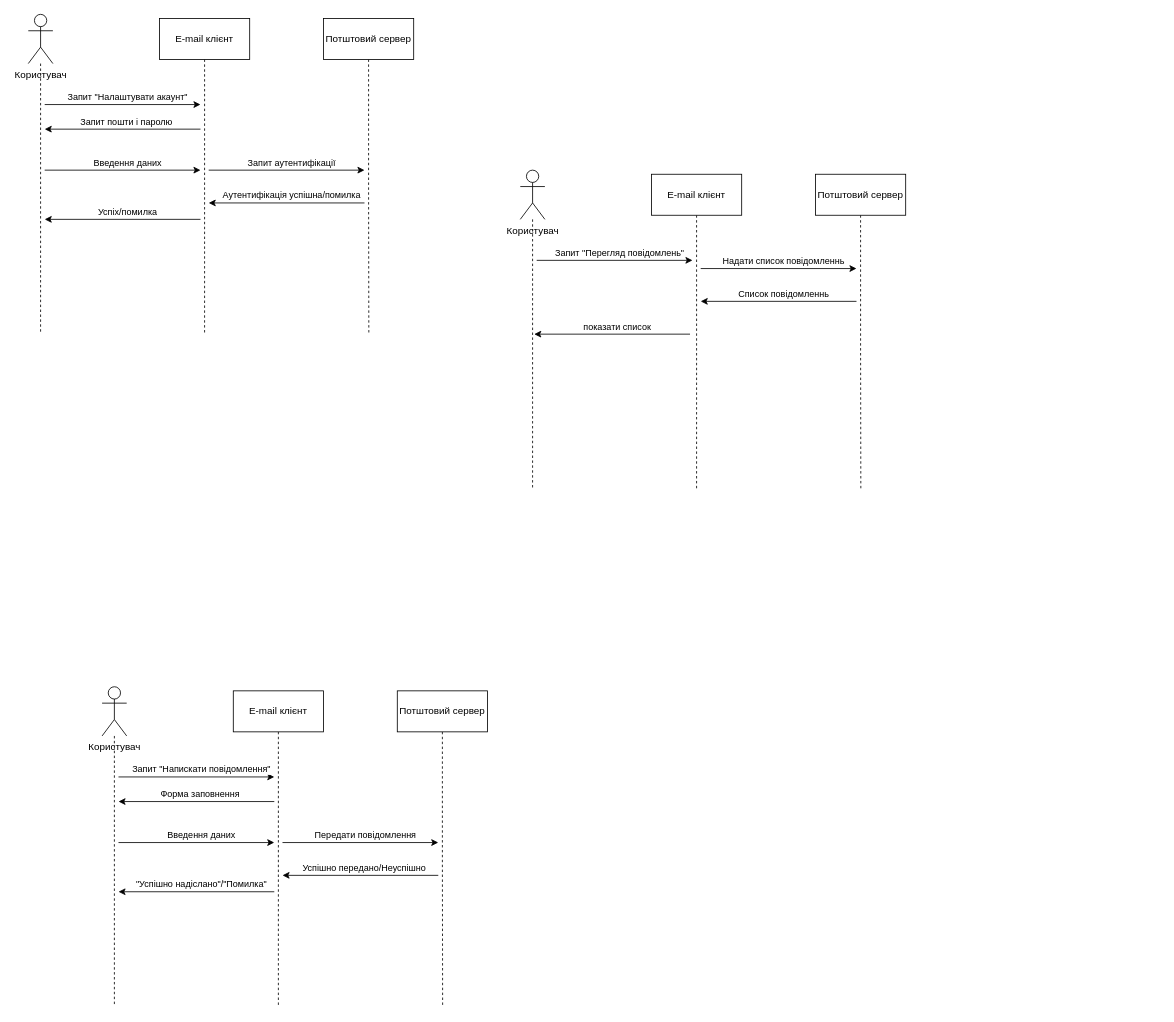
The draw.io diagram Lab_3/Діаграма послідовностей.drawio in BeautifulBublik/TRPZ, before the edit. Source tidied: cells renumbered, new cells numbered last; positions are measured from the earlier drawing's top-left corner, leaving out a move shared by most shapes. Both pictures are drawn from the tidied source at 82%, with x=0, y=0 at pixel (28, 14).
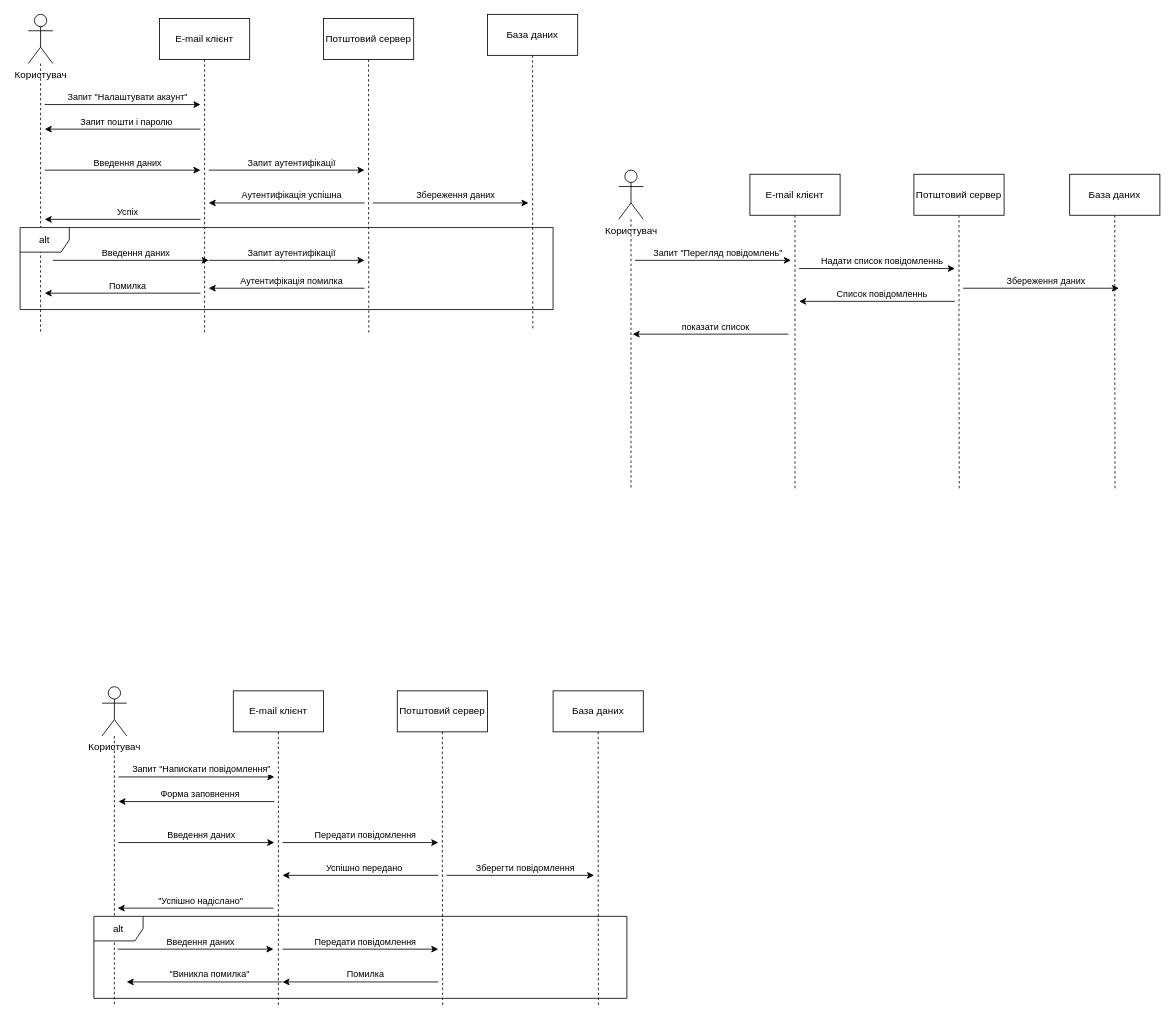
The same diagram, later.

The change refers to these unchanged cells:
```xml
<mxCell id="16" style="endArrow=classic;html=1;rounded=0;" parent="1" edge="1">
  <mxGeometry relative="1" as="geometry">
    <mxPoint x="410" y="230" as="sourcePoint" />
    <mxPoint x="220" y="230" as="targetPoint" />
  </mxGeometry>
</mxCell>
<mxCell id="18" style="endArrow=classic;html=1;rounded=0;" parent="1" edge="1">
  <mxGeometry relative="1" as="geometry">
    <mxPoint x="210" y="250" as="sourcePoint" />
    <mxPoint x="20" y="250" as="targetPoint" />
  </mxGeometry>
</mxCell>
<mxCell id="48" style="endArrow=classic;html=1;rounded=0;" parent="1" edge="1">
  <mxGeometry relative="1" as="geometry">
    <mxPoint x="500" y="1050" as="sourcePoint" />
    <mxPoint x="310" y="1050" as="targetPoint" />
  </mxGeometry>
</mxCell>
```

Change to the diagram source:
```diff
@@
-    <mxCell id="17" value="Аутентифікація успішна/помилка" style="edgeLabel;html=1;align=center;verticalAlign=middle;" parent="16" vertex="1">
+    <mxCell id="17" value="Аутентифікація успішна" style="edgeLabel;html=1;align=center;verticalAlign=middle;" parent="16" vertex="1">
       <mxGeometry y="-1" relative="1" as="geometry">
         <mxPoint x="5" y="-9" as="offset" />
       </mxGeometry>
     </mxCell>
@@
-    <mxCell id="19" value="Успіх/помилка" style="edgeLabel;html=1;align=center;verticalAlign=middle;" parent="18" vertex="1">
+    <mxCell id="19" value="Успіх" style="edgeLabel;html=1;align=center;verticalAlign=middle;" parent="18" vertex="1">
       <mxGeometry y="-1" relative="1" as="geometry">
         <mxPoint x="5" y="-9" as="offset" />
       </mxGeometry>
     </mxCell>
     <mxCell id="20" style="edgeStyle=orthogonalEdgeStyle;rounded=0;jettySize=auto;html=1;dashed=1;endArrow=none;endFill=0;" parent="1" edge="1" source="21">
       <mxGeometry relative="1" as="geometry">
-        <mxPoint x="615" y="580" as="targetPoint" />
+        <mxPoint x="735" y="580" as="targetPoint" />
       </mxGeometry>
     </mxCell>
     <mxCell id="21" value="Користувач" style="shape=umlActor;verticalLabelPosition=bottom;verticalAlign=top;html=1;outlineConnect=0;" parent="1" vertex="1">
-      <mxGeometry x="600" y="190" width="30" height="60" as="geometry" />
+      <mxGeometry x="720" y="190" width="30" height="60" as="geometry" />
     </mxCell>
     <mxCell id="22" style="edgeStyle=orthogonalEdgeStyle;rounded=0;jettySize=auto;html=1;dashed=1;endArrow=none;endFill=0;" parent="1" edge="1" source="23">
       <mxGeometry relative="1" as="geometry">
-        <mxPoint x="815" y="580" as="targetPoint" />
+        <mxPoint x="935" y="580" as="targetPoint" />
       </mxGeometry>
     </mxCell>
     <mxCell id="23" value="E-mail клієнт" style="html=1;whiteSpace=wrap;" parent="1" vertex="1">
-      <mxGeometry x="760" y="195" width="110" height="50" as="geometry" />
+      <mxGeometry x="880" y="195" width="110" height="50" as="geometry" />
     </mxCell>
     <mxCell id="24" style="edgeStyle=orthogonalEdgeStyle;rounded=0;jettySize=auto;html=1;exitX=0.5;exitY=1;exitDx=0;exitDy=0;dashed=1;endArrow=none;endFill=0;" parent="1" edge="1" source="25">
       <mxGeometry relative="1" as="geometry">
-        <mxPoint x="1015.3" y="580" as="targetPoint" />
+        <mxPoint x="1135.3" y="580" as="targetPoint" />
       </mxGeometry>
     </mxCell>
     <mxCell id="25" value="Потштовий сервер" style="html=1;whiteSpace=wrap;" parent="1" vertex="1">
-      <mxGeometry x="960" y="195" width="110" height="50" as="geometry" />
+      <mxGeometry x="1080" y="195" width="110" height="50" as="geometry" />
     </mxCell>
     <mxCell id="26" style="endArrow=classic;html=1;rounded=0;" parent="1" edge="1">
       <mxGeometry relative="1" as="geometry">
-        <mxPoint x="620" y="300" as="sourcePoint" />
-        <mxPoint x="810" y="300" as="targetPoint" />
+        <mxPoint x="740" y="300" as="sourcePoint" />
+        <mxPoint x="930" y="300" as="targetPoint" />
       </mxGeometry>
     </mxCell>
@@
     <mxCell id="28" style="endArrow=classic;html=1;rounded=0;" parent="1" edge="1">
       <mxGeometry relative="1" as="geometry">
-        <mxPoint x="820" y="310" as="sourcePoint" />
-        <mxPoint x="1010" y="310" as="targetPoint" />
+        <mxPoint x="940" y="310" as="sourcePoint" />
+        <mxPoint x="1130" y="310" as="targetPoint" />
       </mxGeometry>
     </mxCell>
@@
     <mxCell id="30" style="endArrow=classic;html=1;rounded=0;" parent="1" edge="1">
       <mxGeometry relative="1" as="geometry">
-        <mxPoint x="1010" y="350" as="sourcePoint" />
-        <mxPoint x="820" y="350" as="targetPoint" />
+        <mxPoint x="1130" y="350" as="sourcePoint" />
+        <mxPoint x="940" y="350" as="targetPoint" />
       </mxGeometry>
     </mxCell>
@@
     <mxCell id="32" style="endArrow=classic;html=1;rounded=0;" parent="1" edge="1">
       <mxGeometry relative="1" as="geometry">
-        <mxPoint x="807" y="390" as="sourcePoint" />
-        <mxPoint x="617" y="390" as="targetPoint" />
+        <mxPoint x="927" y="390" as="sourcePoint" />
+        <mxPoint x="737" y="390" as="targetPoint" />
       </mxGeometry>
     </mxCell>
@@
-    <mxCell id="49" value="Успішно передано/Неуспішно&amp;nbsp;" style="edgeLabel;html=1;align=center;verticalAlign=middle;" parent="48" vertex="1">
+    <mxCell id="49" value="Успішно передано&amp;nbsp;" style="edgeLabel;html=1;align=center;verticalAlign=middle;" parent="48" vertex="1">
       <mxGeometry y="-1" relative="1" as="geometry">
         <mxPoint x="5" y="-9" as="offset" />
       </mxGeometry>
     </mxCell>
     <mxCell id="50" style="endArrow=classic;html=1;rounded=0;" parent="1" edge="1">
       <mxGeometry relative="1" as="geometry">
-        <mxPoint x="300" y="1070" as="sourcePoint" />
-        <mxPoint x="110" y="1070" as="targetPoint" />
+        <mxPoint x="299" y="1090" as="sourcePoint" />
+        <mxPoint x="109" y="1090" as="targetPoint" />
       </mxGeometry>
     </mxCell>
-    <mxCell id="51" value="&quot;Успішно надіслано&quot;/&quot;Помилка&quot;" style="edgeLabel;html=1;align=center;verticalAlign=middle;" parent="50" vertex="1">
+    <mxCell id="51" value="&quot;Успішно надіслано&quot;" style="edgeLabel;html=1;align=center;verticalAlign=middle;" parent="50" vertex="1">
       <mxGeometry y="-1" relative="1" as="geometry">
         <mxPoint x="5" y="-9" as="offset" />
       </mxGeometry>
     </mxCell>
+    <mxCell id="52" style="edgeStyle=orthogonalEdgeStyle;rounded=0;jettySize=auto;html=1;exitX=0.5;exitY=1;exitDx=0;exitDy=0;dashed=1;endArrow=none;endFill=0;" parent="1" edge="1" source="53">
+      <mxGeometry relative="1" as="geometry">
+        <mxPoint x="615.3" y="385" as="targetPoint" />
+      </mxGeometry>
+    </mxCell>
+    <mxCell id="53" value="База даних" style="html=1;whiteSpace=wrap;" parent="1" vertex="1">
+      <mxGeometry x="560" width="110" height="50" as="geometry" />
+    </mxCell>
+    <mxCell id="54" style="endArrow=classic;html=1;rounded=0;" parent="1" edge="1">
+      <mxGeometry relative="1" as="geometry">
+        <mxPoint x="420" y="230" as="sourcePoint" />
+        <mxPoint x="610" y="230" as="targetPoint" />
+      </mxGeometry>
+    </mxCell>
+    <mxCell id="55" value="Збереження даних" style="edgeLabel;html=1;align=center;verticalAlign=middle;" parent="54" vertex="1">
+      <mxGeometry y="-1" relative="1" as="geometry">
+        <mxPoint x="5" y="-11" as="offset" />
+      </mxGeometry>
+    </mxCell>
+    <mxCell id="56" value="alt" style="shape=umlFrame;whiteSpace=wrap;html=1;" parent="1" vertex="1">
+      <mxGeometry x="-10" y="260" width="650" height="100" as="geometry" />
+    </mxCell>
+    <mxCell id="57" style="endArrow=classic;html=1;rounded=0;" parent="1" edge="1">
+      <mxGeometry relative="1" as="geometry">
+        <mxPoint x="30" y="300" as="sourcePoint" />
+        <mxPoint x="220" y="300" as="targetPoint" />
+      </mxGeometry>
+    </mxCell>
+    <mxCell id="58" value="Введення даних" style="edgeLabel;html=1;align=center;verticalAlign=middle;" parent="57" vertex="1">
+      <mxGeometry y="-1" relative="1" as="geometry">
+        <mxPoint x="5" y="-11" as="offset" />
+      </mxGeometry>
+    </mxCell>
+    <mxCell id="59" style="endArrow=classic;html=1;rounded=0;" parent="1" edge="1">
+      <mxGeometry relative="1" as="geometry">
+        <mxPoint x="220" y="300" as="sourcePoint" />
+        <mxPoint x="410" y="300" as="targetPoint" />
+      </mxGeometry>
+    </mxCell>
+    <mxCell id="60" value="Запит аутентифікації" style="edgeLabel;html=1;align=center;verticalAlign=middle;" parent="59" vertex="1">
+      <mxGeometry y="-1" relative="1" as="geometry">
+        <mxPoint x="5" y="-11" as="offset" />
+      </mxGeometry>
+    </mxCell>
+    <mxCell id="61" style="endArrow=classic;html=1;rounded=0;" parent="1" edge="1">
+      <mxGeometry relative="1" as="geometry">
+        <mxPoint x="410" y="334" as="sourcePoint" />
+        <mxPoint x="220" y="334" as="targetPoint" />
+      </mxGeometry>
+    </mxCell>
+    <mxCell id="62" value="Аутентифікація помилка" style="edgeLabel;html=1;align=center;verticalAlign=middle;" parent="61" vertex="1">
+      <mxGeometry y="-1" relative="1" as="geometry">
+        <mxPoint x="5" y="-9" as="offset" />
+      </mxGeometry>
+    </mxCell>
+    <mxCell id="63" style="endArrow=classic;html=1;rounded=0;" parent="1" edge="1">
+      <mxGeometry relative="1" as="geometry">
+        <mxPoint x="210" y="340" as="sourcePoint" />
+        <mxPoint x="20" y="340" as="targetPoint" />
+      </mxGeometry>
+    </mxCell>
+    <mxCell id="64" value="Помилка" style="edgeLabel;html=1;align=center;verticalAlign=middle;" parent="63" vertex="1">
+      <mxGeometry y="-1" relative="1" as="geometry">
+        <mxPoint x="5" y="-9" as="offset" />
+      </mxGeometry>
+    </mxCell>
+    <mxCell id="65" style="edgeStyle=orthogonalEdgeStyle;rounded=0;jettySize=auto;html=1;exitX=0.5;exitY=1;exitDx=0;exitDy=0;dashed=1;endArrow=none;endFill=0;" parent="1" edge="1" source="66">
+      <mxGeometry relative="1" as="geometry">
+        <mxPoint x="695.3" y="1210" as="targetPoint" />
+      </mxGeometry>
+    </mxCell>
+    <mxCell id="66" value="База даних" style="html=1;whiteSpace=wrap;" parent="1" vertex="1">
+      <mxGeometry x="640" y="825" width="110" height="50" as="geometry" />
+    </mxCell>
+    <mxCell id="67" style="endArrow=classic;html=1;rounded=0;" parent="1" edge="1">
+      <mxGeometry relative="1" as="geometry">
+        <mxPoint x="510" y="1050" as="sourcePoint" />
+        <mxPoint x="690" y="1050" as="targetPoint" />
+      </mxGeometry>
+    </mxCell>
+    <mxCell id="68" value="Зберегти повідомлення" style="edgeLabel;html=1;align=center;verticalAlign=middle;" parent="67" vertex="1">
+      <mxGeometry y="-1" relative="1" as="geometry">
+        <mxPoint x="5" y="-11" as="offset" />
+      </mxGeometry>
+    </mxCell>
+    <mxCell id="69" value="alt" style="shape=umlFrame;whiteSpace=wrap;html=1;" parent="1" vertex="1">
+      <mxGeometry x="80" y="1100" width="650" height="100" as="geometry" />
+    </mxCell>
+    <mxCell id="70" style="endArrow=classic;html=1;rounded=0;" parent="1" edge="1">
+      <mxGeometry relative="1" as="geometry">
+        <mxPoint x="109" y="1140" as="sourcePoint" />
+        <mxPoint x="299" y="1140" as="targetPoint" />
+      </mxGeometry>
+    </mxCell>
+    <mxCell id="71" value="Введення даних" style="edgeLabel;html=1;align=center;verticalAlign=middle;" parent="70" vertex="1">
+      <mxGeometry y="-1" relative="1" as="geometry">
+        <mxPoint x="5" y="-11" as="offset" />
+      </mxGeometry>
+    </mxCell>
+    <mxCell id="72" style="endArrow=classic;html=1;rounded=0;" parent="1" edge="1">
+      <mxGeometry relative="1" as="geometry">
+        <mxPoint x="310" y="1140" as="sourcePoint" />
+        <mxPoint x="500" y="1140" as="targetPoint" />
+      </mxGeometry>
+    </mxCell>
+    <mxCell id="73" value="Передати повідомлення" style="edgeLabel;html=1;align=center;verticalAlign=middle;" parent="72" vertex="1">
+      <mxGeometry y="-1" relative="1" as="geometry">
+        <mxPoint x="5" y="-11" as="offset" />
+      </mxGeometry>
+    </mxCell>
+    <mxCell id="74" style="endArrow=classic;html=1;rounded=0;" parent="1" edge="1">
+      <mxGeometry relative="1" as="geometry">
+        <mxPoint x="500" y="1180" as="sourcePoint" />
+        <mxPoint x="310" y="1180" as="targetPoint" />
+      </mxGeometry>
+    </mxCell>
+    <mxCell id="75" value="Помилка" style="edgeLabel;html=1;align=center;verticalAlign=middle;" parent="74" vertex="1">
+      <mxGeometry y="-1" relative="1" as="geometry">
+        <mxPoint x="5" y="-9" as="offset" />
+      </mxGeometry>
+    </mxCell>
+    <mxCell id="76" style="endArrow=classic;html=1;rounded=0;" parent="1" edge="1">
+      <mxGeometry relative="1" as="geometry">
+        <mxPoint x="310" y="1180" as="sourcePoint" />
+        <mxPoint x="120" y="1180" as="targetPoint" />
+      </mxGeometry>
+    </mxCell>
+    <mxCell id="77" value="&quot;Виникла помилка&quot;" style="edgeLabel;html=1;align=center;verticalAlign=middle;" parent="76" vertex="1">
+      <mxGeometry y="-1" relative="1" as="geometry">
+        <mxPoint x="5" y="-9" as="offset" />
+      </mxGeometry>
+    </mxCell>
+    <mxCell id="78" style="edgeStyle=orthogonalEdgeStyle;rounded=0;jettySize=auto;html=1;exitX=0.5;exitY=1;exitDx=0;exitDy=0;dashed=1;endArrow=none;endFill=0;" parent="1" edge="1" source="79">
+      <mxGeometry relative="1" as="geometry">
+        <mxPoint x="1325.3" y="580" as="targetPoint" />
+      </mxGeometry>
+    </mxCell>
+    <mxCell id="79" value="База даних" style="html=1;whiteSpace=wrap;" parent="1" vertex="1">
+      <mxGeometry x="1270" y="195" width="110" height="50" as="geometry" />
+    </mxCell>
+    <mxCell id="80" style="endArrow=classic;html=1;rounded=0;" parent="1" edge="1">
+      <mxGeometry relative="1" as="geometry">
+        <mxPoint x="1140" y="334" as="sourcePoint" />
+        <mxPoint x="1330" y="334" as="targetPoint" />
+      </mxGeometry>
+    </mxCell>
+    <mxCell id="81" value="Збереження даних" style="edgeLabel;html=1;align=center;verticalAlign=middle;" parent="80" vertex="1">
+      <mxGeometry y="-1" relative="1" as="geometry">
+        <mxPoint x="5" y="-11" as="offset" />
+      </mxGeometry>
+    </mxCell>
```
